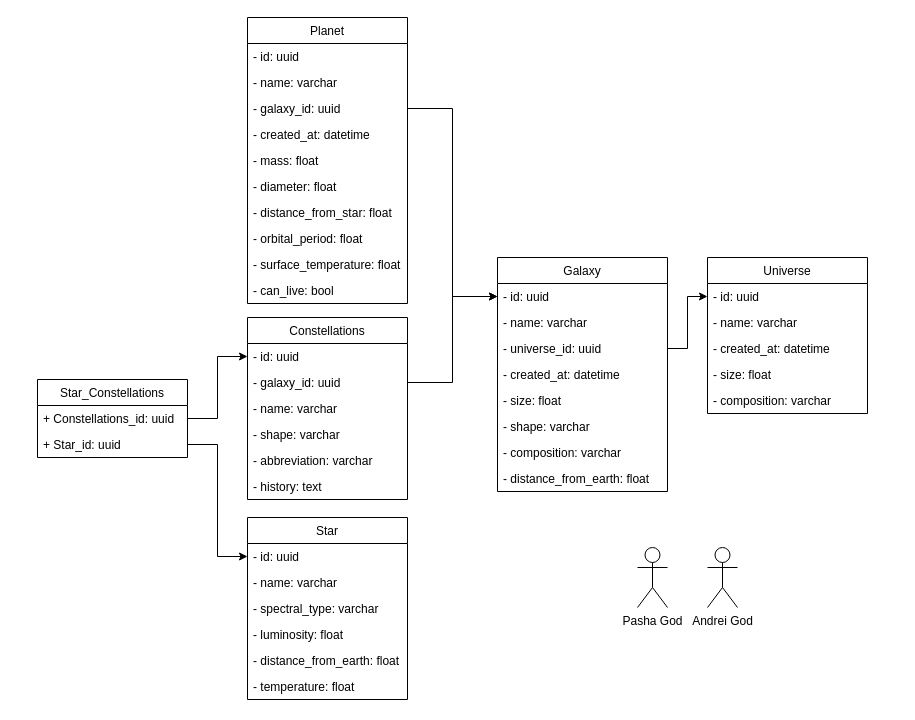
ZetoOfficial/star keeps this draw.io diagram as db_diagram.drawio. Above is the earlier version. Source tidied: cells renumbered, new cells numbered last; positions are measured from the earlier drawing's top-left corner, leaving out a move shared by most shapes. Both pictures are drawn from the tidied source at 100%, with x=0, y=0 at pixel (37, 17).
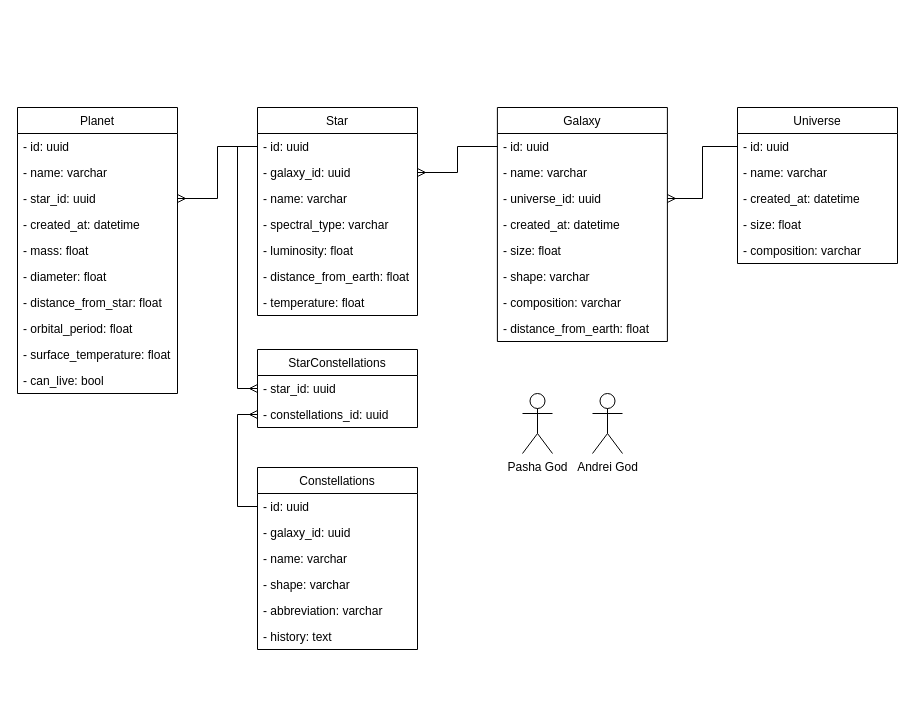
After the change.

Commit message:
Добавил связи (визуально)

The change refers to these unchanged cells:
```xml
<mxCell id="4" value="- id: uuid" style="text;strokeColor=none;fillColor=none;align=left;verticalAlign=top;spacingLeft=4;spacingRight=4;overflow=hidden;points=[[0,0.5],[1,0.5]];portConstraint=eastwest;" parent="3" vertex="1">
  <mxGeometry y="26" width="160" height="26" as="geometry" />
</mxCell>
<mxCell id="10" value="- id: uuid" style="text;strokeColor=none;fillColor=none;align=left;verticalAlign=top;spacingLeft=4;spacingRight=4;overflow=hidden;points=[[0,0.5],[1,0.5]];portConstraint=eastwest;" parent="9" vertex="1">
  <mxGeometry y="26" width="170" height="26" as="geometry" />
</mxCell>
<mxCell id="12" value="- universe_id: uuid" style="text;strokeColor=none;fillColor=none;align=left;verticalAlign=top;spacingLeft=4;spacingRight=4;overflow=hidden;points=[[0,0.5],[1,0.5]];portConstraint=eastwest;" parent="9" vertex="1">
  <mxGeometry y="78" width="170" height="26" as="geometry" />
</mxCell>
<mxCell id="32" value="- id: uuid" style="text;strokeColor=none;fillColor=none;align=left;verticalAlign=top;spacingLeft=4;spacingRight=4;overflow=hidden;points=[[0,0.5],[1,0.5]];portConstraint=eastwest;" parent="31" vertex="1">
  <mxGeometry y="26" width="160" height="26" as="geometry" />
</mxCell>
<mxCell id="33" value="- galaxy_id: uuid" style="text;strokeColor=none;fillColor=none;align=left;verticalAlign=top;spacingLeft=4;spacingRight=4;overflow=hidden;points=[[0,0.5],[1,0.5]];portConstraint=eastwest;" parent="31" vertex="1">
  <mxGeometry y="52" width="160" height="26" as="geometry" />
</mxCell>
<mxCell id="39" value="- id: uuid" style="text;strokeColor=none;fillColor=none;align=left;verticalAlign=top;spacingLeft=4;spacingRight=4;overflow=hidden;points=[[0,0.5],[1,0.5]];portConstraint=eastwest;" parent="38" vertex="1">
  <mxGeometry y="26" width="160" height="26" as="geometry" />
</mxCell>
```

The edit, as a diff of the source:
```diff
@@
     <mxCell id="3" value="Universe" style="swimlane;fontStyle=0;align=center;verticalAlign=top;horizontal=1;startSize=26;" parent="1" vertex="1">
-      <mxGeometry x="670" y="240" width="160" height="156" as="geometry" />
+      <mxGeometry x="700" y="90" width="160" height="156" as="geometry" />
     </mxCell>
@@
     <mxCell id="9" value="Galaxy" style="swimlane;fontStyle=0;horizontal=1;startSize=26;fillColor=default;" parent="1" vertex="1">
-      <mxGeometry x="460" y="240" width="170" height="234" as="geometry" />
+      <mxGeometry x="459.9" y="90" width="170" height="234" as="geometry" />
     </mxCell>
@@
-    <mxCell id="18" style="edgeStyle=orthogonalEdgeStyle;rounded=0;jettySize=auto;html=1;" parent="1" edge="1" source="12" target="4">
-      <mxGeometry relative="1" as="geometry" />
-    </mxCell>
     <mxCell id="19" value="Planet" style="swimlane;fontStyle=0;horizontal=1;startSize=26;fillColor=default;" parent="1" vertex="1">
-      <mxGeometry x="210" width="160" height="286" as="geometry" />
+      <mxGeometry x="-20" y="90" width="160" height="286" as="geometry" />
     </mxCell>
@@
-    <mxCell id="22" value="- galaxy_id: uuid" style="text;strokeColor=none;fillColor=none;align=left;verticalAlign=top;spacingLeft=4;spacingRight=4;overflow=hidden;points=[[0,0.5],[1,0.5]];portConstraint=eastwest;" parent="19" vertex="1">
+    <mxCell id="22" value="- star_id: uuid" style="text;strokeColor=none;fillColor=none;align=left;verticalAlign=top;spacingLeft=4;spacingRight=4;overflow=hidden;points=[[0,0.5],[1,0.5]];portConstraint=eastwest;" parent="19" vertex="1">
       <mxGeometry y="78" width="160" height="26" as="geometry" />
     </mxCell>
@@
-    <mxCell id="30" style="edgeStyle=orthogonalEdgeStyle;rounded=0;jettySize=auto;html=1;entryX=0;entryY=0.5;entryDx=0;entryDy=0;" parent="1" edge="1" source="22" target="10">
-      <mxGeometry relative="1" as="geometry" />
-    </mxCell>
     <mxCell id="31" value="Constellations" style="swimlane;fontStyle=0;horizontal=1;startSize=26;fillColor=default;" parent="1" vertex="1">
-      <mxGeometry x="210" y="300" width="160" height="182" as="geometry" />
+      <mxGeometry x="220" y="450" width="160" height="182" as="geometry" />
     </mxCell>
@@
     <mxCell id="38" value="Star" style="swimlane;fontStyle=0;horizontal=1;startSize=26;fillColor=default;" parent="1" vertex="1">
-      <mxGeometry x="210" y="500" width="160" height="182" as="geometry" />
+      <mxGeometry x="220" y="90" width="160" height="208" as="geometry" />
     </mxCell>
@@
+    <mxCell id="53" value="- galaxy_id: uuid" style="text;strokeColor=none;fillColor=none;align=left;verticalAlign=top;spacingLeft=4;spacingRight=4;overflow=hidden;points=[[0,0.5],[1,0.5]];portConstraint=eastwest;" parent="38" vertex="1">
+      <mxGeometry y="52" width="160" height="26" as="geometry" />
+    </mxCell>
     <mxCell id="40" value="- name: varchar" style="text;strokeColor=none;fillColor=none;align=left;verticalAlign=top;spacingLeft=4;spacingRight=4;overflow=hidden;" parent="38" vertex="1">
-      <mxGeometry y="52" width="160" height="26" as="geometry" />
+      <mxGeometry y="78" width="160" height="26" as="geometry" />
     </mxCell>
     <mxCell id="41" value="- spectral_type: varchar" style="text;strokeColor=none;fillColor=none;align=left;verticalAlign=top;spacingLeft=4;spacingRight=4;overflow=hidden;" parent="38" vertex="1">
-      <mxGeometry y="78" width="160" height="26" as="geometry" />
+      <mxGeometry y="104" width="160" height="26" as="geometry" />
     </mxCell>
     <mxCell id="42" value="- luminosity: float" style="text;strokeColor=none;fillColor=none;align=left;verticalAlign=top;spacingLeft=4;spacingRight=4;overflow=hidden;" parent="38" vertex="1">
-      <mxGeometry y="104" width="160" height="26" as="geometry" />
+      <mxGeometry y="130" width="160" height="26" as="geometry" />
     </mxCell>
     <mxCell id="43" value="- distance_from_earth: float" style="text;strokeColor=none;fillColor=none;align=left;verticalAlign=top;spacingLeft=4;spacingRight=4;overflow=hidden;" parent="38" vertex="1">
-      <mxGeometry y="130" width="160" height="26" as="geometry" />
+      <mxGeometry y="156" width="160" height="26" as="geometry" />
     </mxCell>
     <mxCell id="44" value="- temperature: float" style="text;strokeColor=none;fillColor=none;align=left;verticalAlign=top;spacingLeft=4;spacingRight=4;overflow=hidden;" parent="38" vertex="1">
-      <mxGeometry y="156" width="160" height="26" as="geometry" />
+      <mxGeometry y="182" width="160" height="26" as="geometry" />
     </mxCell>
     <mxCell id="45" value="Andrei God" style="shape=umlActor;verticalLabelPosition=bottom;verticalAlign=top;html=1;" parent="1" vertex="1">
-      <mxGeometry x="670" y="530" width="30" height="60" as="geometry" />
+      <mxGeometry x="555" y="376" width="30" height="60" as="geometry" />
     </mxCell>
     <mxCell id="46" value="Pasha God" style="shape=umlActor;verticalLabelPosition=bottom;verticalAlign=top;html=1;" parent="1" vertex="1">
-      <mxGeometry x="600" y="530" width="30" height="60" as="geometry" />
+      <mxGeometry x="485" y="376" width="30" height="60" as="geometry" />
     </mxCell>
-    <mxCell id="47" value="Star_Constellations" style="swimlane;fontStyle=0;horizontal=1;startSize=26;fillColor=default;" parent="1" vertex="1">
-      <mxGeometry y="362" width="150" height="78" as="geometry" />
-    </mxCell>
-    <mxCell id="48" value="+ Constellations_id: uuid" style="text;strokeColor=none;fillColor=none;align=left;verticalAlign=top;spacingLeft=4;spacingRight=4;overflow=hidden;points=[[0,0.5],[1,0.5]];portConstraint=eastwest;" parent="47" vertex="1">
-      <mxGeometry y="26" width="150" height="26" as="geometry" />
-    </mxCell>
-    <mxCell id="49" value="+ Star_id: uuid" style="text;strokeColor=none;fillColor=none;align=left;verticalAlign=top;spacingLeft=4;spacingRight=4;overflow=hidden;points=[[0,0.5],[1,0.5]];portConstraint=eastwest;" parent="47" vertex="1">
-      <mxGeometry y="52" width="150" height="26" as="geometry" />
-    </mxCell>
-    <mxCell id="50" style="edgeStyle=orthogonalEdgeStyle;rounded=0;jettySize=auto;html=1;" parent="1" edge="1" source="33" target="10">
-      <mxGeometry relative="1" as="geometry" />
-    </mxCell>
-    <mxCell id="51" style="edgeStyle=orthogonalEdgeStyle;rounded=0;jettySize=auto;html=1;exitX=1;exitY=0.5;exitDx=0;exitDy=0;" parent="1" edge="1" source="48" target="32">
-      <mxGeometry relative="1" as="geometry" />
-    </mxCell>
-    <mxCell id="52" style="edgeStyle=orthogonalEdgeStyle;rounded=0;jettySize=auto;html=1;exitX=1;exitY=0.5;exitDx=0;exitDy=0;" parent="1" edge="1" source="49" target="39">
-      <mxGeometry relative="1" as="geometry" />
-    </mxCell>
+    <mxCell id="18" style="rounded=0;jettySize=auto;html=1;exitX=1;exitY=0.5;exitDx=0;exitDy=0;entryX=0;entryY=0.5;entryDx=0;entryDy=0;endArrow=none;endFill=0;startArrow=ERmany;startFill=0;edgeStyle=orthogonalEdgeStyle;" parent="1" edge="1" source="12" target="4">
+      <mxGeometry relative="1" as="geometry" />
+    </mxCell>
+    <mxCell id="54" style="edgeStyle=orthogonalEdgeStyle;rounded=0;jettySize=auto;html=1;endArrow=none;endFill=0;startArrow=ERmany;startFill=0;" parent="1" edge="1" source="53" target="10">
+      <mxGeometry relative="1" as="geometry" />
+    </mxCell>
+    <mxCell id="55" style="edgeStyle=orthogonalEdgeStyle;rounded=0;jettySize=auto;html=1;endArrow=none;endFill=0;startArrow=ERmany;startFill=0;" parent="1" edge="1" source="22" target="39">
+      <mxGeometry relative="1" as="geometry" />
+    </mxCell>
+    <mxCell id="56" value="StarConstellations" style="swimlane;fontStyle=0;horizontal=1;startSize=26;fillColor=default;" parent="1" vertex="1">
+      <mxGeometry x="220" y="332" width="160" height="78" as="geometry" />
+    </mxCell>
+    <mxCell id="57" value="- star_id: uuid" style="text;strokeColor=none;fillColor=none;align=left;verticalAlign=top;spacingLeft=4;spacingRight=4;overflow=hidden;points=[[0,0.5],[1,0.5]];portConstraint=eastwest;" parent="56" vertex="1">
+      <mxGeometry y="26" width="160" height="26" as="geometry" />
+    </mxCell>
+    <mxCell id="58" value="- constellations_id: uuid" style="text;strokeColor=none;fillColor=none;align=left;verticalAlign=top;spacingLeft=4;spacingRight=4;overflow=hidden;points=[[0,0.5],[1,0.5]];portConstraint=eastwest;" parent="56" vertex="1">
+      <mxGeometry y="52" width="160" height="26" as="geometry" />
+    </mxCell>
+    <mxCell id="59" style="edgeStyle=orthogonalEdgeStyle;rounded=0;jettySize=auto;html=1;entryX=0;entryY=0.5;entryDx=0;entryDy=0;endArrow=none;endFill=0;startArrow=ERmany;startFill=0;" parent="1" edge="1" source="58" target="32">
+      <mxGeometry relative="1" as="geometry" />
+    </mxCell>
+    <mxCell id="60" style="edgeStyle=orthogonalEdgeStyle;rounded=0;jettySize=auto;html=1;entryX=0;entryY=0.5;entryDx=0;entryDy=0;endArrow=none;endFill=0;startArrow=ERmany;startFill=0;" parent="1" edge="1" source="57" target="39">
+      <mxGeometry relative="1" as="geometry" />
+    </mxCell>
```
